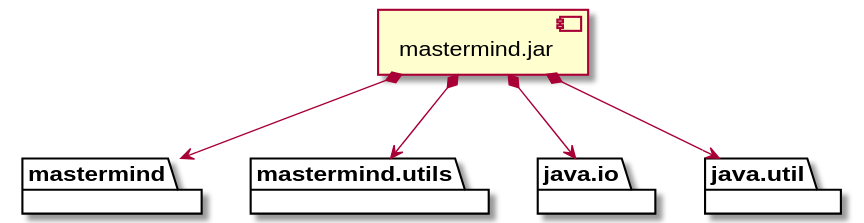
Above: domainModel/docs/diagrams/out/vistas/desarrollo_implementacion.svg in SantaTecla-mastermind/solution.java.swing.socket.sql (PlantUML), before the change. Its diagram source:
```plantuml
@startuml
package "  "  as mastermind {
}
package "  "  as mastermind.utils {
}
package "  "  as java.io {
}
package "  "  as java.util {
}

[mastermind.jar] as jar

jar *--> mastermind
jar *--> mastermind.utils
jar *--> java.io
jar *--> java.util
@enduml
```
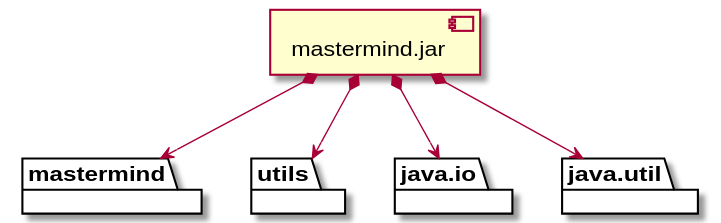
The same file after the commit.

Change to the diagram source:
```diff
@@ -1,7 +1,7 @@
 @startuml
 package "  "  as mastermind {
 }
-package "  "  as mastermind.utils {
+package "  "  as utils {
 }
 package "  "  as java.io {
 }
@@ -11,7 +11,7 @@
 [mastermind.jar] as jar
 
 jar *--> mastermind
-jar *--> mastermind.utils
+jar *--> utils
 jar *--> java.io
 jar *--> java.util
 @enduml
```
